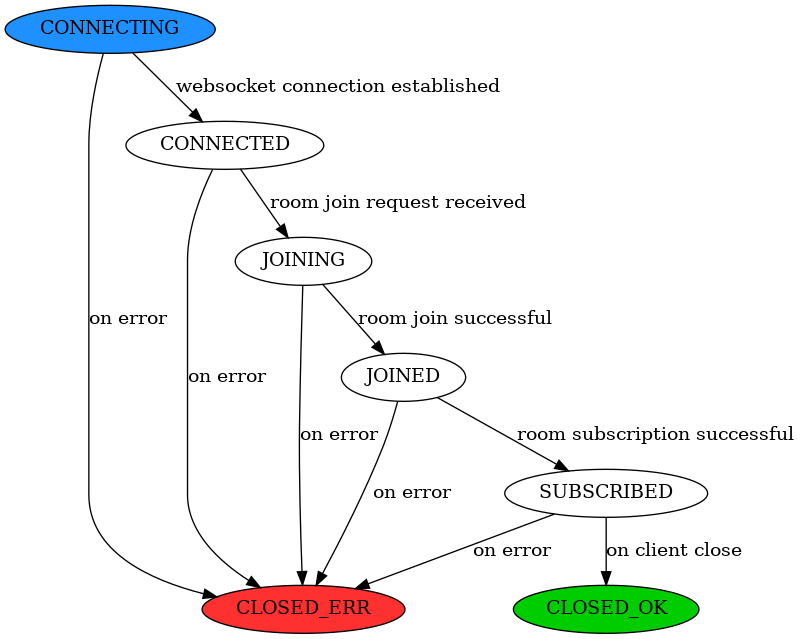
The Graphviz diagram signal-states.png in johndistasio/signals, before a commit. Its source is kept beside it as signal-states.dot.
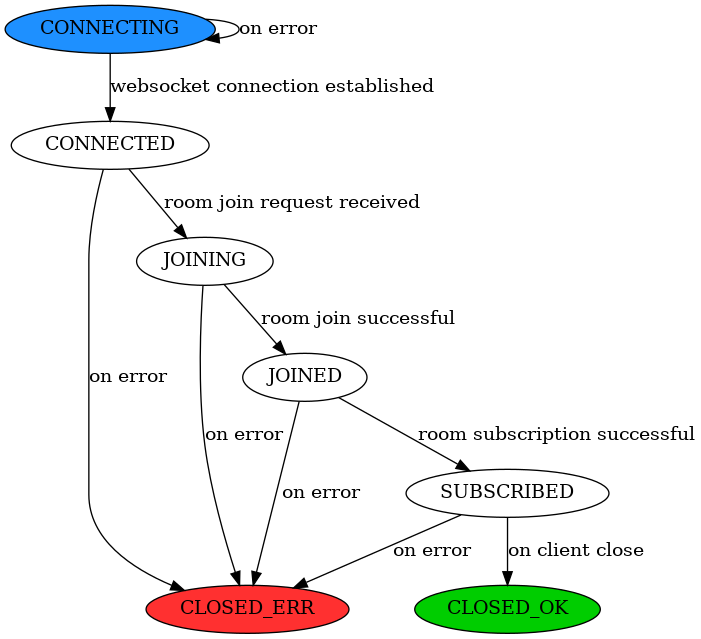
The same diagram one commit later.

Commit message:
Update state diagram

What changed in the source:
```diff
@@ -1,9 +1,10 @@
 digraph signaling {
+  CLOSED_OK [style="filled", fillcolor="green3"];
+  CLOSED_ERR [style="filled", fillcolor="firebrick1"];
+
   CONNECTING [style="filled", fillcolor="dodgerblue"];
 
-  CLOSED_ERR [style="filled", fillcolor="firebrick1"];
-
-  CLOSED_OK [style="filled", fillcolor="green3"];
+  CONNECTING -> CONNECTING [label="on error"];
 
   CONNECTING -> CONNECTED [label="websocket connection established"];
 
@@ -13,7 +14,7 @@
 
   JOINED -> SUBSCRIBED [label="room subscription successful"];
 
-  {CONNECTING, CONNECTED, JOINING, JOINED, SUBSCRIBED} -> CLOSED_ERR [label="on error"];
+  {CONNECTED, JOINING, JOINED, SUBSCRIBED} -> CLOSED_ERR [label="on error"];
 
   SUBSCRIBED -> CLOSED_OK [label="on client close"];
 }
```
